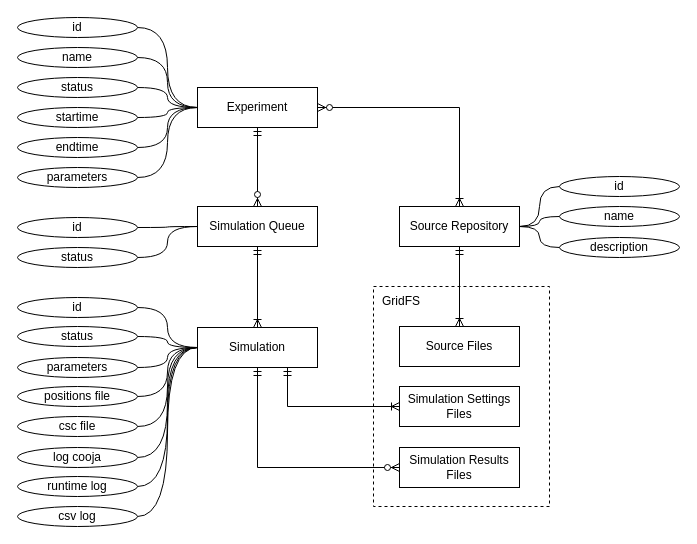
Earlier version of the draw.io diagram page "ER" (4 of 6) of docs/diagrams.drawio (JunioCesarFerreira/Cooja-MO-SimLab). Source tidied: cells renumbered, new cells numbered last; positions are measured from the earlier drawing's top-left corner, leaving out a move shared by most shapes. Both pictures are drawn from the tidied source at 100%, with x=0, y=0 at pixel (17, 17).
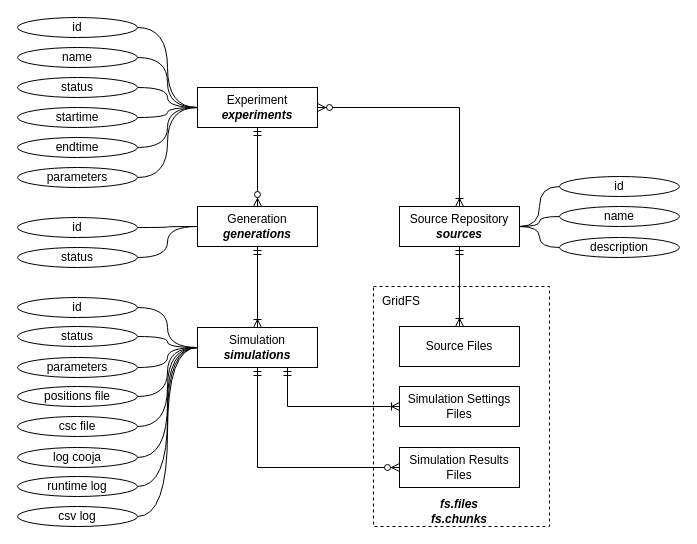
The same page after the edit.

Diff of the diagram source:
```diff
@@
     <mxCell id="2" style="rounded=0;whiteSpace=wrap;html=1;dashed=1;" parent="1" vertex="1">
-      <mxGeometry x="356" y="269" width="176" height="220" as="geometry" />
+      <mxGeometry x="356" y="269" width="176" height="240" as="geometry" />
     </mxCell>
@@
-    <mxCell id="4" value="Experiment" style="rounded=0;whiteSpace=wrap;html=1;" parent="1" vertex="1">
+    <mxCell id="4" value="Experiment&lt;br&gt;&lt;b&gt;&lt;i&gt;experiments&lt;/i&gt;&lt;/b&gt;" style="rounded=0;whiteSpace=wrap;html=1;" parent="1" vertex="1">
       <mxGeometry x="180" y="70" width="120" height="40" as="geometry" />
     </mxCell>
-    <mxCell id="5" style="edgeStyle=orthogonalEdgeStyle;rounded=0;jettySize=auto;html=1;exitX=0.5;exitY=0;exitDx=0;exitDy=0;startArrow=ERoneToMany;startFill=0;endArrow=ERmandOne;endFill=0;entryX=0.5;entryY=1;entryDx=0;entryDy=0;" parent="1" edge="1" source="8" target="22">
+    <mxCell id="5" style="edgeStyle=orthogonalEdgeStyle;rounded=0;jettySize=auto;html=1;exitX=0.5;exitY=0;exitDx=0;exitDy=0;startArrow=ERoneToMany;startFill=0;endArrow=ERmandOne;endFill=0;" parent="1" edge="1" source="8" target="22">
       <mxGeometry relative="1" as="geometry" />
     </mxCell>
@@
-    <mxCell id="8" value="Simulation" style="rounded=0;whiteSpace=wrap;html=1;" parent="1" vertex="1">
+    <mxCell id="8" value="Simulation&lt;br&gt;&lt;b&gt;&lt;i&gt;simulations&lt;/i&gt;&lt;/b&gt;" style="rounded=0;whiteSpace=wrap;html=1;" parent="1" vertex="1">
       <mxGeometry x="180" y="310" width="120" height="40" as="geometry" />
     </mxCell>
@@
-    <mxCell id="22" value="Simulation Queue" style="rounded=0;whiteSpace=wrap;html=1;" parent="1" vertex="1">
+    <mxCell id="22" value="Generation&lt;br&gt;&lt;b&gt;&lt;i&gt;generations&lt;/i&gt;&lt;/b&gt;" style="rounded=0;whiteSpace=wrap;html=1;" parent="1" vertex="1">
       <mxGeometry x="180" y="189" width="120" height="40" as="geometry" />
     </mxCell>
@@
-    <mxCell id="41" value="Source Repository" style="rounded=0;whiteSpace=wrap;html=1;" parent="1" vertex="1">
+    <mxCell id="41" value="Source Repository&lt;br&gt;&lt;b&gt;&lt;i&gt;sources&lt;/i&gt;&lt;/b&gt;" style="rounded=0;whiteSpace=wrap;html=1;" parent="1" vertex="1">
       <mxGeometry x="382" y="189" width="120" height="40" as="geometry" />
     </mxCell>
@@
+    <mxCell id="55" value="&lt;i&gt;&lt;b&gt;fs.files fs.chunks&lt;/b&gt;&lt;/i&gt;" style="text;html=1;strokeColor=none;fillColor=none;align=center;verticalAlign=middle;whiteSpace=wrap;rounded=0;" parent="1" vertex="1">
+      <mxGeometry x="407" y="479" width="70" height="30" as="geometry" />
+    </mxCell>
```
